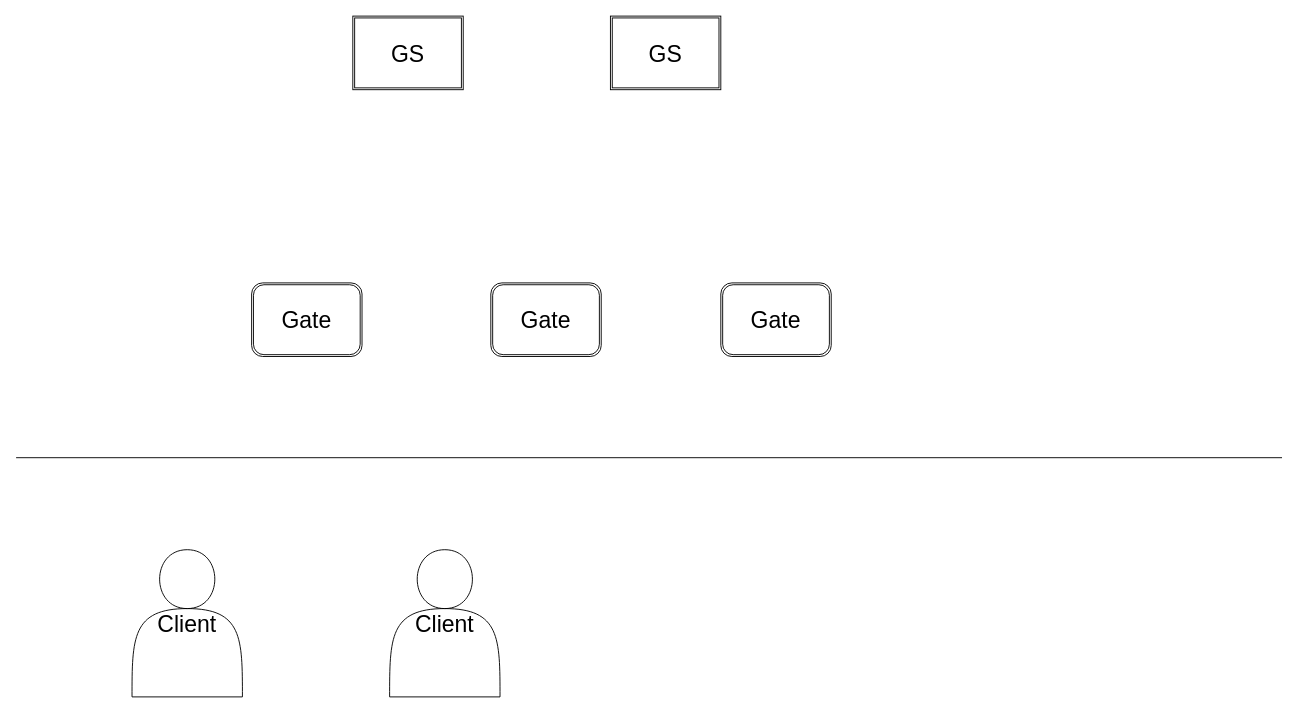
This is Doc/BaseFrame.drawio from a654889339/FingerGuessGame, a draw.io file, before an edit. Source tidied: cells renumbered, new cells numbered last; positions are measured from the earlier drawing's top-left corner, leaving out a move shared by most shapes. Both pictures are drawn from the tidied source at 92%, with x=0, y=0 at pixel (16, 16).
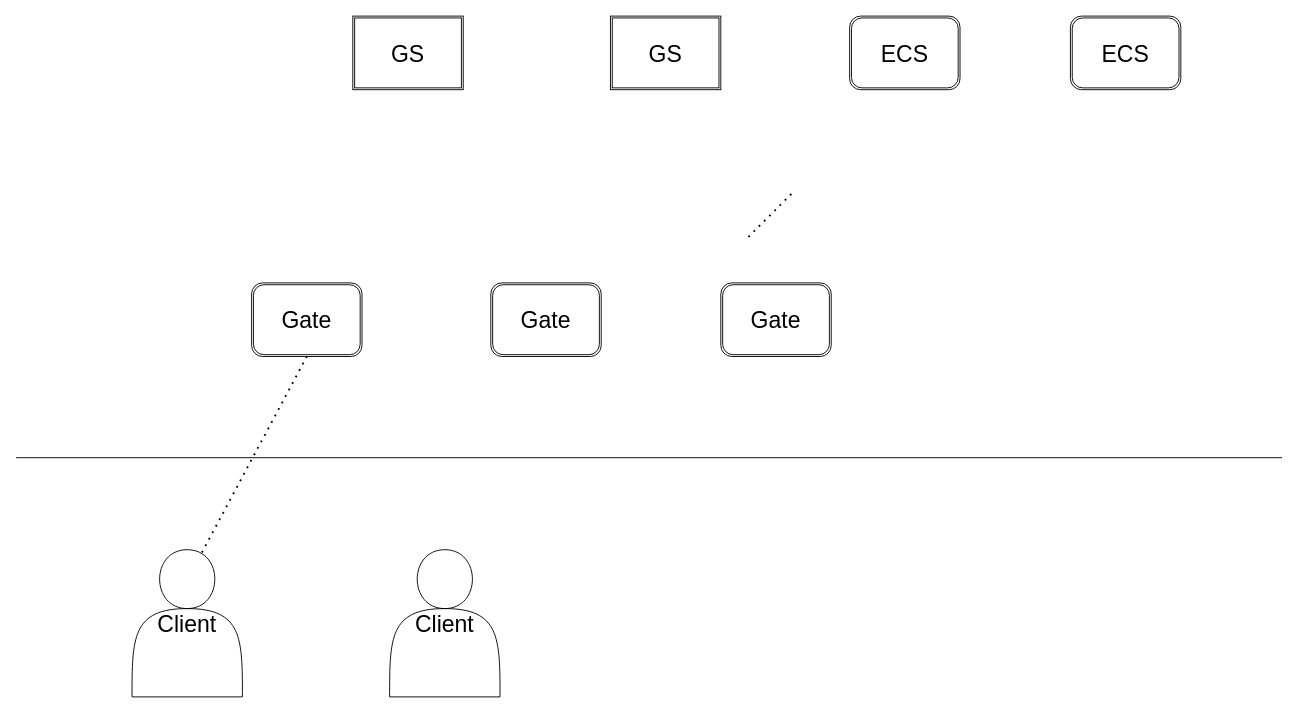
After the change.

The edit, as a diff of the source:
```diff
@@
 <mxGraphModel>
   <root>
     <mxCell id="0" />
     <mxCell id="1" parent="0" />
     <mxCell id="2" style="endArrow=none;html=1;rounded=0;" parent="1" edge="1">
       <mxGeometry relative="1" as="geometry">
         <mxPoint y="480" as="sourcePoint" />
         <mxPoint x="1376" y="480" as="targetPoint" />
       </mxGeometry>
     </mxCell>
     <mxCell id="3" value="&lt;font style=&quot;font-size: 25px&quot;&gt;Client&lt;/font&gt;" style="shape=actor;whiteSpace=wrap;html=1;" parent="1" vertex="1">
       <mxGeometry x="126" y="580" width="120" height="160" as="geometry" />
     </mxCell>
     <mxCell id="4" value="&lt;font style=&quot;font-size: 25px&quot;&gt;Client&lt;/font&gt;" style="shape=actor;whiteSpace=wrap;html=1;" parent="1" vertex="1">
       <mxGeometry x="406" y="580" width="120" height="160" as="geometry" />
     </mxCell>
     <mxCell id="5" value="Gate" style="shape=ext;double=1;rounded=1;whiteSpace=wrap;html=1;fontSize=25;" parent="1" vertex="1">
       <mxGeometry x="256" y="290" width="120" height="80" as="geometry" />
     </mxCell>
     <mxCell id="6" value="Gate" style="shape=ext;double=1;rounded=1;whiteSpace=wrap;html=1;fontSize=25;" parent="1" vertex="1">
       <mxGeometry x="516" y="290" width="120" height="80" as="geometry" />
     </mxCell>
     <mxCell id="7" value="Gate" style="shape=ext;double=1;rounded=1;whiteSpace=wrap;html=1;fontSize=25;" parent="1" vertex="1">
       <mxGeometry x="766" y="290" width="120" height="80" as="geometry" />
     </mxCell>
     <mxCell id="8" value="GS" style="shape=ext;double=1;rounded=0;whiteSpace=wrap;html=1;fontSize=25;" parent="1" vertex="1">
       <mxGeometry x="366" width="120" height="80" as="geometry" />
     </mxCell>
     <mxCell id="9" value="GS" style="shape=ext;double=1;rounded=0;whiteSpace=wrap;html=1;fontSize=25;" parent="1" vertex="1">
       <mxGeometry x="646" width="120" height="80" as="geometry" />
     </mxCell>
+    <mxCell id="10" value="ECS" style="shape=ext;double=1;rounded=1;whiteSpace=wrap;html=1;fontSize=25;" parent="1" vertex="1">
+      <mxGeometry x="906" width="120" height="80" as="geometry" />
+    </mxCell>
+    <mxCell id="11" value="ECS" style="shape=ext;double=1;rounded=1;whiteSpace=wrap;html=1;fontSize=25;" parent="1" vertex="1">
+      <mxGeometry x="1146" width="120" height="80" as="geometry" />
+    </mxCell>
+    <mxCell id="12" style="endArrow=none;dashed=1;html=1;dashPattern=1 3;strokeWidth=2;rounded=0;fontSize=25;" parent="1" edge="1">
+      <mxGeometry relative="1" as="geometry">
+        <mxPoint x="796" y="240" as="sourcePoint" />
+        <mxPoint x="846" y="190" as="targetPoint" />
+      </mxGeometry>
+    </mxCell>
+    <mxCell id="13" style="endArrow=none;dashed=1;html=1;dashPattern=1 3;strokeWidth=2;rounded=0;fontSize=25;exitX=0.633;exitY=0.019;exitDx=0;exitDy=0;exitPerimeter=0;" parent="1" edge="1" source="3">
+      <mxGeometry relative="1" as="geometry">
+        <mxPoint x="316" y="370" as="targetPoint" />
+      </mxGeometry>
+    </mxCell>
   </root>
 </mxGraphModel>
```
